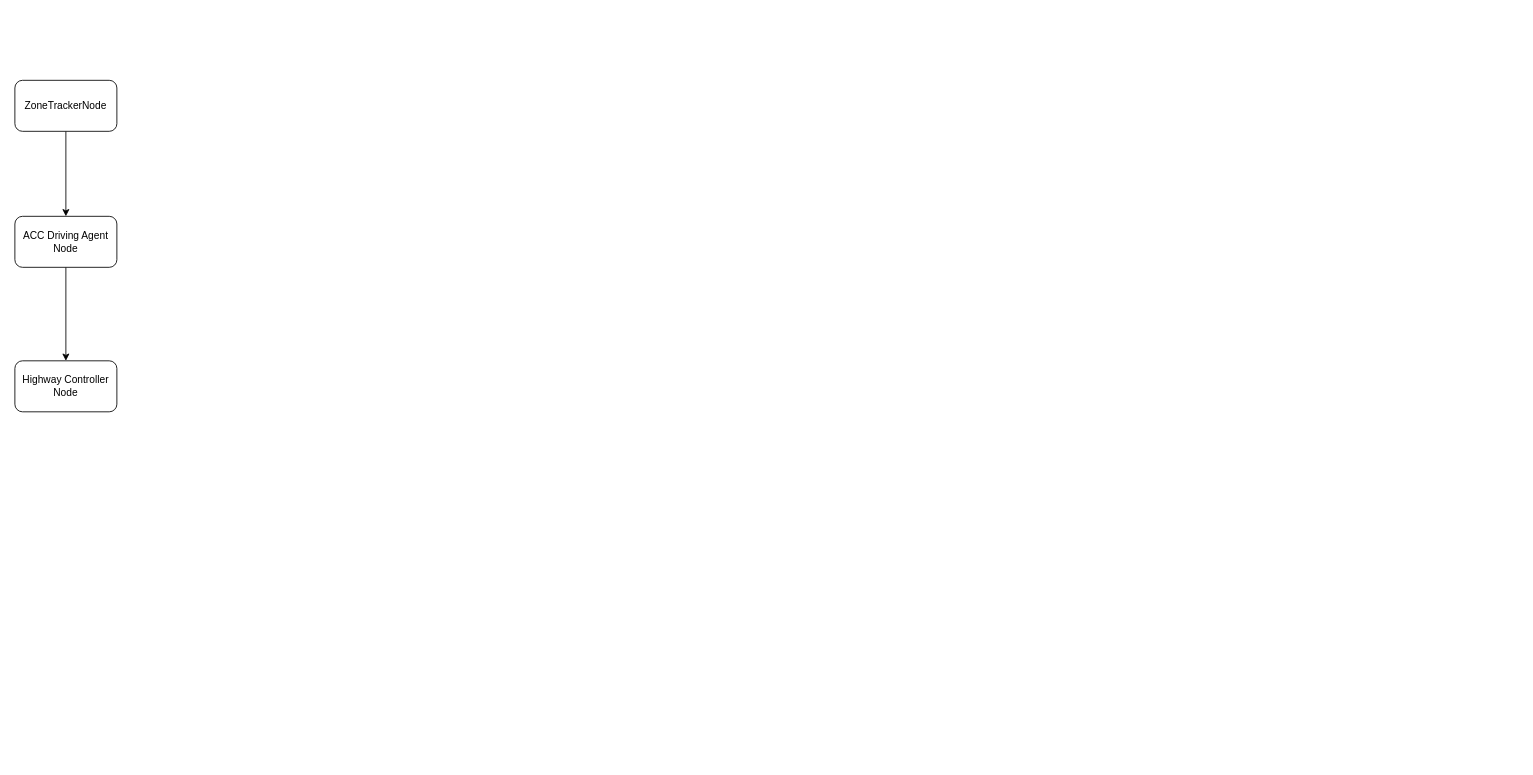
Before: dataspeed_lka_acc.drawio in Narendarselva/autoware_docs, a draw.io diagram. Source tidied: cells renumbered, new cells numbered last; positions are measured from the earlier drawing's top-left corner, leaving out a move shared by most shapes. Both pictures are drawn from the tidied source at 85%, with x=0, y=0 at pixel (14, 80).
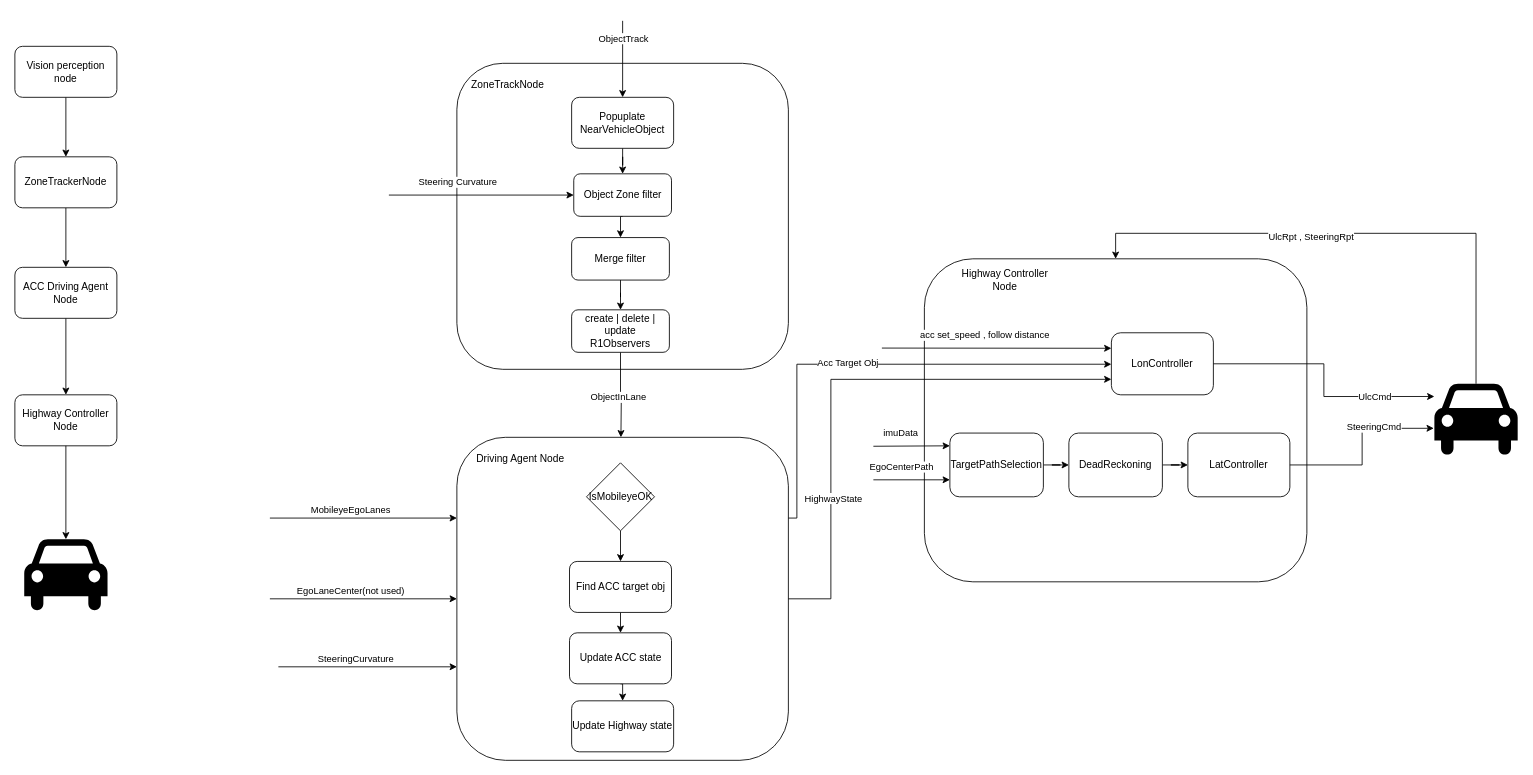
The same diagram, later.

The edit, as a diff of the source:
```diff
@@
+    <mxCell id="7" style="rounded=1;whiteSpace=wrap;html=1;" parent="1" vertex="1">
+      <mxGeometry x="520" y="420" width="390" height="380" as="geometry" />
+    </mxCell>
@@
     <mxCell id="3" value="ACC Driving Agent Node" style="rounded=1;whiteSpace=wrap;html=1;" parent="1" vertex="1">
-      <mxGeometry y="160" width="120" height="60" as="geometry" />
+      <mxGeometry y="220" width="120" height="60" as="geometry" />
     </mxCell>
@@
     <mxCell id="5" value="ZoneTrackerNode" style="rounded=1;whiteSpace=wrap;html=1;" parent="1" vertex="1">
-      <mxGeometry width="120" height="60" as="geometry" />
+      <mxGeometry y="90" width="120" height="60" as="geometry" />
     </mxCell>
     <mxCell id="6" value="Highway Controller Node" style="rounded=1;whiteSpace=wrap;html=1;" parent="1" vertex="1">
-      <mxGeometry y="330" width="120" height="60" as="geometry" />
+      <mxGeometry y="370" width="120" height="60" as="geometry" />
     </mxCell>
+    <mxCell id="8" style="shape=mxgraph.signs.transportation.car_4;html=1;fillColor=#000000;strokeColor=none;verticalLabelPosition=bottom;verticalAlign=top;align=center;" parent="1" vertex="1">
+      <mxGeometry x="11" y="540" width="98" height="86" as="geometry" />
+    </mxCell>
+    <mxCell id="9" style="edgeStyle=orthogonalEdgeStyle;rounded=0;jettySize=auto;html=1;exitX=0.5;exitY=1;exitDx=0;exitDy=0;entryX=0.5;entryY=0;entryDx=0;entryDy=0;entryPerimeter=0;" parent="1" edge="1" source="6" target="8">
+      <mxGeometry relative="1" as="geometry" />
+    </mxCell>
+    <mxCell id="10" style="rounded=1;whiteSpace=wrap;html=1;" parent="1" vertex="1">
+      <mxGeometry x="520" y="-20" width="390" height="360" as="geometry" />
+    </mxCell>
+    <mxCell id="11" style="endArrow=classic;html=1;rounded=0;entryX=0.5;entryY=0;entryDx=0;entryDy=0;" parent="1" edge="1" target="16">
+      <mxGeometry relative="1" as="geometry">
+        <mxPoint x="715" y="-70" as="sourcePoint" />
+      </mxGeometry>
+    </mxCell>
+    <mxCell id="12" value="ObjectTrack" style="edgeLabel;html=1;align=center;verticalAlign=middle;" parent="11" vertex="1">
+      <mxGeometry x="-0.25" y="2" relative="1" as="geometry">
+        <mxPoint x="-2" y="-14" as="offset" />
+      </mxGeometry>
+    </mxCell>
+    <mxCell id="13" style="edgeStyle=orthogonalEdgeStyle;rounded=0;jettySize=auto;html=1;exitX=0.5;exitY=1;exitDx=0;exitDy=0;entryX=0.5;entryY=0;entryDx=0;entryDy=0;" parent="1" edge="1" source="14" target="5">
+      <mxGeometry relative="1" as="geometry" />
+    </mxCell>
+    <mxCell id="14" value="Vision perception node" style="rounded=1;whiteSpace=wrap;html=1;" parent="1" vertex="1">
+      <mxGeometry y="-40" width="120" height="60" as="geometry" />
+    </mxCell>
+    <mxCell id="15" style="edgeStyle=orthogonalEdgeStyle;rounded=0;jettySize=auto;html=1;exitX=0.5;exitY=1;exitDx=0;exitDy=0;" parent="1" edge="1" source="16" target="18">
+      <mxGeometry relative="1" as="geometry" />
+    </mxCell>
+    <mxCell id="16" value="Popuplate NearVehicleObject" style="rounded=1;whiteSpace=wrap;html=1;" parent="1" vertex="1">
+      <mxGeometry x="655" y="20" width="120" height="60" as="geometry" />
+    </mxCell>
+    <mxCell id="17" style="edgeStyle=orthogonalEdgeStyle;rounded=0;jettySize=auto;html=1;exitX=0.5;exitY=1;exitDx=0;exitDy=0;entryX=0.5;entryY=0;entryDx=0;entryDy=0;" parent="1" edge="1" source="18" target="20">
+      <mxGeometry relative="1" as="geometry" />
+    </mxCell>
+    <mxCell id="18" value="Object Zone filter" style="rounded=1;whiteSpace=wrap;html=1;" parent="1" vertex="1">
+      <mxGeometry x="657.5" y="110" width="115" height="50" as="geometry" />
+    </mxCell>
+    <mxCell id="19" style="edgeStyle=orthogonalEdgeStyle;rounded=0;jettySize=auto;html=1;exitX=0.5;exitY=1;exitDx=0;exitDy=0;" parent="1" edge="1" source="20" target="23">
+      <mxGeometry relative="1" as="geometry" />
+    </mxCell>
+    <mxCell id="20" value="Merge filter" style="rounded=1;whiteSpace=wrap;html=1;" parent="1" vertex="1">
+      <mxGeometry x="655" y="185" width="115" height="50" as="geometry" />
+    </mxCell>
+    <mxCell id="21" style="edgeStyle=orthogonalEdgeStyle;rounded=0;jettySize=auto;html=1;exitX=0.5;exitY=1;exitDx=0;exitDy=0;" parent="1" edge="1" source="23">
+      <mxGeometry relative="1" as="geometry">
+        <mxPoint x="713" y="420" as="targetPoint" />
+      </mxGeometry>
+    </mxCell>
+    <mxCell id="22" value="ObjectInLane" style="edgeLabel;html=1;align=center;verticalAlign=middle;" parent="21" vertex="1">
+      <mxGeometry x="0.06" y="-4" relative="1" as="geometry" />
+    </mxCell>
+    <mxCell id="23" value="create | delete | update&lt;br&gt;R1Observers" style="rounded=1;whiteSpace=wrap;html=1;" parent="1" vertex="1">
+      <mxGeometry x="655" y="270" width="115" height="50" as="geometry" />
+    </mxCell>
+    <mxCell id="24" value="ZoneTrackNode" style="text;html=1;align=center;verticalAlign=middle;whiteSpace=wrap;rounded=0;" parent="1" vertex="1">
+      <mxGeometry x="550" y="-10" width="60" height="30" as="geometry" />
+    </mxCell>
+    <mxCell id="25" value="Driving Agent Node" style="text;html=1;align=center;verticalAlign=middle;whiteSpace=wrap;rounded=0;" parent="1" vertex="1">
+      <mxGeometry x="540" y="430" width="110" height="30" as="geometry" />
+    </mxCell>
+    <mxCell id="26" style="endArrow=classic;html=1;rounded=0;entryX=0;entryY=0.5;entryDx=0;entryDy=0;" parent="1" edge="1" target="18">
+      <mxGeometry relative="1" as="geometry">
+        <mxPoint x="440" y="135" as="sourcePoint" />
+      </mxGeometry>
+    </mxCell>
+    <mxCell id="27" value="Steering Curvat&lt;span style=&quot;background-color: light-dark(#ffffff, var(--ge-dark-color, #121212)); color: light-dark(rgb(0, 0, 0), rgb(255, 255, 255));&quot;&gt;ure&lt;/span&gt;" style="edgeLabel;html=1;align=center;verticalAlign=middle;" parent="26" vertex="1">
+      <mxGeometry x="-0.25" y="2" relative="1" as="geometry">
+        <mxPoint x="-2" y="-14" as="offset" />
+      </mxGeometry>
+    </mxCell>
+    <mxCell id="28" style="endArrow=classic;html=1;rounded=0;entryX=0;entryY=0.25;entryDx=0;entryDy=0;" parent="1" edge="1" target="7">
+      <mxGeometry relative="1" as="geometry">
+        <mxPoint x="300" y="515" as="sourcePoint" />
+      </mxGeometry>
+    </mxCell>
+    <mxCell id="29" value="MobileyeEgoLanes" style="edgeLabel;html=1;align=center;verticalAlign=middle;" parent="28" vertex="1">
+      <mxGeometry x="-0.17" y="-3" relative="1" as="geometry">
+        <mxPoint x="3" y="-13" as="offset" />
+      </mxGeometry>
+    </mxCell>
+    <mxCell id="30" style="endArrow=classic;html=1;rounded=0;entryX=0;entryY=0.5;entryDx=0;entryDy=0;" parent="1" edge="1" target="7">
+      <mxGeometry relative="1" as="geometry">
+        <mxPoint x="300" y="610" as="sourcePoint" />
+      </mxGeometry>
+    </mxCell>
+    <mxCell id="31" value="EgoLaneCenter(not used)" style="edgeLabel;html=1;align=center;verticalAlign=middle;" parent="30" vertex="1">
+      <mxGeometry x="-0.17" y="-3" relative="1" as="geometry">
+        <mxPoint x="3" y="-13" as="offset" />
+      </mxGeometry>
+    </mxCell>
+    <mxCell id="32" style="endArrow=classic;html=1;rounded=0;entryX=0;entryY=0.5;entryDx=0;entryDy=0;" parent="1" edge="1">
+      <mxGeometry relative="1" as="geometry">
+        <mxPoint x="310" y="690" as="sourcePoint" />
+        <mxPoint x="520" y="690" as="targetPoint" />
+      </mxGeometry>
+    </mxCell>
+    <mxCell id="33" value="SteeringCurvature" style="edgeLabel;html=1;align=center;verticalAlign=middle;" parent="32" vertex="1">
+      <mxGeometry x="-0.17" y="-3" relative="1" as="geometry">
+        <mxPoint x="3" y="-13" as="offset" />
+      </mxGeometry>
+    </mxCell>
+    <mxCell id="34" style="edgeStyle=orthogonalEdgeStyle;rounded=0;jettySize=auto;html=1;exitX=0.5;exitY=1;exitDx=0;exitDy=0;entryX=0.5;entryY=0;entryDx=0;entryDy=0;" parent="1" edge="1" source="35" target="37">
+      <mxGeometry relative="1" as="geometry" />
+    </mxCell>
+    <mxCell id="35" value="IsMobileyeOK" style="rhombus;whiteSpace=wrap;html=1;" parent="1" vertex="1">
+      <mxGeometry x="672.5" y="450" width="80" height="80" as="geometry" />
+    </mxCell>
+    <mxCell id="36" style="edgeStyle=orthogonalEdgeStyle;rounded=0;jettySize=auto;html=1;exitX=0.5;exitY=1;exitDx=0;exitDy=0;entryX=0.5;entryY=0;entryDx=0;entryDy=0;" parent="1" edge="1" source="37" target="39">
+      <mxGeometry relative="1" as="geometry" />
+    </mxCell>
+    <mxCell id="37" value="Find ACC target obj" style="rounded=1;whiteSpace=wrap;html=1;" parent="1" vertex="1">
+      <mxGeometry x="652.5" y="566" width="120" height="60" as="geometry" />
+    </mxCell>
+    <mxCell id="38" style="edgeStyle=orthogonalEdgeStyle;rounded=0;jettySize=auto;html=1;exitX=0.5;exitY=1;exitDx=0;exitDy=0;entryX=0.5;entryY=0;entryDx=0;entryDy=0;" parent="1" edge="1" source="39" target="40">
+      <mxGeometry relative="1" as="geometry" />
+    </mxCell>
+    <mxCell id="39" value="Update ACC state" style="rounded=1;whiteSpace=wrap;html=1;" parent="1" vertex="1">
+      <mxGeometry x="652.5" y="650" width="120" height="60" as="geometry" />
+    </mxCell>
+    <mxCell id="40" value="Update Highway state" style="rounded=1;whiteSpace=wrap;html=1;" parent="1" vertex="1">
+      <mxGeometry x="655" y="730" width="120" height="60" as="geometry" />
+    </mxCell>
+    <mxCell id="41" style="rounded=1;whiteSpace=wrap;html=1;" parent="1" vertex="1">
+      <mxGeometry x="1070" y="210" width="450" height="380" as="geometry" />
+    </mxCell>
+    <mxCell id="42" value="Highway Controller Node" style="text;html=1;align=center;verticalAlign=middle;whiteSpace=wrap;rounded=0;" parent="1" vertex="1">
+      <mxGeometry x="1110" y="220" width="110" height="30" as="geometry" />
+    </mxCell>
+    <mxCell id="43" style="edgeStyle=orthogonalEdgeStyle;rounded=0;jettySize=auto;html=1;exitX=1;exitY=0.5;exitDx=0;exitDy=0;entryX=0;entryY=0.75;entryDx=0;entryDy=0;" parent="1" edge="1" source="7" target="52">
+      <mxGeometry relative="1" as="geometry">
+        <Array as="points">
+          <mxPoint x="960" y="610" />
+          <mxPoint x="960" y="352" />
+        </Array>
+      </mxGeometry>
+    </mxCell>
+    <mxCell id="44" value="HighwayState" style="edgeLabel;html=1;align=center;verticalAlign=middle;" parent="43" vertex="1">
+      <mxGeometry x="-0.47" y="-2" relative="1" as="geometry" />
+    </mxCell>
+    <mxCell id="45" style="edgeStyle=orthogonalEdgeStyle;rounded=0;jettySize=auto;html=1;exitX=0.5;exitY=0;exitDx=0;exitDy=0;exitPerimeter=0;entryX=0.5;entryY=0;entryDx=0;entryDy=0;" parent="1" edge="1" source="47" target="41">
+      <mxGeometry relative="1" as="geometry">
+        <Array as="points">
+          <mxPoint x="1719" y="180" />
+          <mxPoint x="1295" y="180" />
+        </Array>
+      </mxGeometry>
+    </mxCell>
+    <mxCell id="46" value="UlcRpt , SteeringRpt" style="edgeLabel;html=1;align=center;verticalAlign=middle;" parent="45" vertex="1">
+      <mxGeometry x="0.18" y="3" relative="1" as="geometry" />
+    </mxCell>
+    <mxCell id="47" style="shape=mxgraph.signs.transportation.car_4;html=1;fillColor=#000000;strokeColor=none;verticalLabelPosition=bottom;verticalAlign=top;align=center;" parent="1" vertex="1">
+      <mxGeometry x="1670" y="357" width="98" height="86" as="geometry" />
+    </mxCell>
+    <mxCell id="48" style="endArrow=classic;html=1;rounded=0;entryX=0;entryY=0.5;entryDx=0;entryDy=0;" parent="1" edge="1">
+      <mxGeometry relative="1" as="geometry">
+        <mxPoint x="1010" y="430.5" as="sourcePoint" />
+        <mxPoint x="1100" y="430" as="targetPoint" />
+      </mxGeometry>
+    </mxCell>
+    <mxCell id="49" value="imuData" style="edgeLabel;html=1;align=center;verticalAlign=middle;" parent="48" vertex="1">
+      <mxGeometry x="-0.25" y="2" relative="1" as="geometry">
+        <mxPoint x="-2" y="-14" as="offset" />
+      </mxGeometry>
+    </mxCell>
+    <mxCell id="50" style="edgeStyle=orthogonalEdgeStyle;rounded=0;jettySize=auto;html=1;exitX=1;exitY=0.5;exitDx=0;exitDy=0;" parent="1" edge="1" source="51" target="61">
+      <mxGeometry relative="1" as="geometry" />
+    </mxCell>
+    <mxCell id="51" value="TargetPathSelection" style="rounded=1;whiteSpace=wrap;html=1;" parent="1" vertex="1">
+      <mxGeometry x="1100" y="415" width="110" height="75" as="geometry" />
+    </mxCell>
+    <mxCell id="52" value="LonController" style="rounded=1;whiteSpace=wrap;html=1;" parent="1" vertex="1">
+      <mxGeometry x="1290" y="297" width="120" height="73" as="geometry" />
+    </mxCell>
+    <mxCell id="53" value="LatController" style="rounded=1;whiteSpace=wrap;html=1;" parent="1" vertex="1">
+      <mxGeometry x="1380" y="415" width="120" height="75" as="geometry" />
+    </mxCell>
+    <mxCell id="54" style="edgeStyle=orthogonalEdgeStyle;rounded=0;jettySize=auto;html=1;exitX=1;exitY=0.5;exitDx=0;exitDy=0;entryX=-0.007;entryY=0.609;entryDx=0;entryDy=0;entryPerimeter=0;" parent="1" edge="1" source="53" target="47">
+      <mxGeometry relative="1" as="geometry" />
+    </mxCell>
+    <mxCell id="55" value="SteeringCmd" style="edgeLabel;html=1;align=center;verticalAlign=middle;" parent="54" vertex="1">
+      <mxGeometry x="0.34" y="2" relative="1" as="geometry" />
+    </mxCell>
+    <mxCell id="56" style="edgeStyle=orthogonalEdgeStyle;rounded=0;jettySize=auto;html=1;exitX=1;exitY=0.5;exitDx=0;exitDy=0;entryX=0;entryY=0.174;entryDx=0;entryDy=0;entryPerimeter=0;" parent="1" edge="1" source="52" target="47">
+      <mxGeometry relative="1" as="geometry" />
+    </mxCell>
+    <mxCell id="57" value="UlcCmd" style="edgeLabel;html=1;align=center;verticalAlign=middle;" parent="56" vertex="1">
+      <mxGeometry x="0.53" y="-1" relative="1" as="geometry" />
+    </mxCell>
+    <mxCell id="58" style="endArrow=classic;html=1;rounded=0;entryX=0;entryY=0.25;entryDx=0;entryDy=0;" parent="1" edge="1" target="52">
+      <mxGeometry relative="1" as="geometry">
+        <mxPoint x="1020" y="315" as="sourcePoint" />
+      </mxGeometry>
+    </mxCell>
+    <mxCell id="59" value="acc set_speed , follow distance" style="edgeLabel;html=1;align=center;verticalAlign=middle;" parent="58" vertex="1">
+      <mxGeometry x="-0.25" y="2" relative="1" as="geometry">
+        <mxPoint x="19" y="-14" as="offset" />
+      </mxGeometry>
+    </mxCell>
+    <mxCell id="60" style="edgeStyle=orthogonalEdgeStyle;rounded=0;jettySize=auto;html=1;exitX=1;exitY=0.5;exitDx=0;exitDy=0;" parent="1" edge="1" source="61" target="53">
+      <mxGeometry relative="1" as="geometry" />
+    </mxCell>
+    <mxCell id="61" value="DeadReckoning" style="rounded=1;whiteSpace=wrap;html=1;" parent="1" vertex="1">
+      <mxGeometry x="1240" y="415" width="110" height="75" as="geometry" />
+    </mxCell>
+    <mxCell id="62" style="endArrow=classic;html=1;rounded=0;entryX=0;entryY=0.5;entryDx=0;entryDy=0;" parent="1" edge="1">
+      <mxGeometry relative="1" as="geometry">
+        <mxPoint x="1010" y="470" as="sourcePoint" />
+        <mxPoint x="1100" y="470" as="targetPoint" />
+      </mxGeometry>
+    </mxCell>
+    <mxCell id="63" value="EgoCenterPath" style="edgeLabel;html=1;align=center;verticalAlign=middle;" parent="62" vertex="1">
+      <mxGeometry x="-0.25" y="2" relative="1" as="geometry">
+        <mxPoint x="-2" y="-14" as="offset" />
+      </mxGeometry>
+    </mxCell>
+    <mxCell id="64" style="edgeStyle=orthogonalEdgeStyle;rounded=0;jettySize=auto;html=1;exitX=1;exitY=0.25;exitDx=0;exitDy=0;" parent="1" edge="1" source="7" target="52">
+      <mxGeometry relative="1" as="geometry">
+        <Array as="points">
+          <mxPoint x="920" y="515" />
+          <mxPoint x="920" y="334" />
+        </Array>
+      </mxGeometry>
+    </mxCell>
+    <mxCell id="65" value="Acc Target Obj" style="edgeLabel;html=1;align=center;verticalAlign=middle;" parent="64" vertex="1">
+      <mxGeometry x="-0.11" y="3" relative="1" as="geometry" />
+    </mxCell>
```
